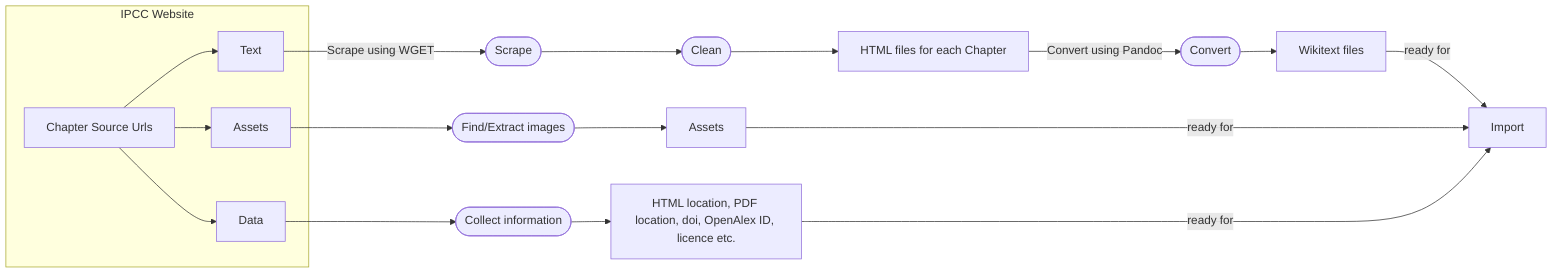
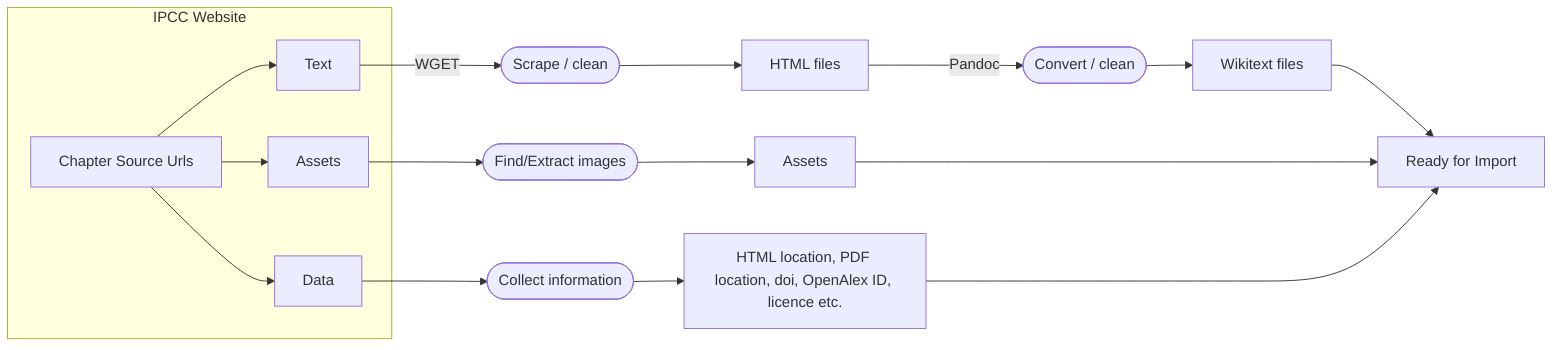
graph LR
    subgraph IPCC Website
       C[Chapter Source Urls]
       C1[Text]
       C2[Assets]
       C3[Data]
    end
-     D(["Scrape"])
-     L(["Clean"])
+     D(["Scrape / clean"])
    A(["Find/Extract images"])
    B(["Collect information"])
-     E(["Convert"])
-     F["HTML files for each Chapter"]
+     E(["Convert / clean"])
+     F["HTML files"]
    G["Wikitext files"]
-     H[Import]
+     H[Ready for Import]
    I[Assets]
    K[HTML location, PDF location, doi, OpenAlex ID, licence etc.]

    C --> C1
    C --> C2
    C --> C3

-     C1 --> |Scrape using WGET| D
-     D --> L
-     L --> F
-     F -->|Convert using Pandoc| E
+     C1 --> |WGET| D
+     D --> F
+     F -->|Pandoc| E
    E --> G
-     G -->|ready for| H
+     G --> H

    C2 --> A
    A --> I
-     I -->|ready for| H
+     I --> H

    C3 --> B
    B --> K
-     K -->|ready for| H+     K --> H